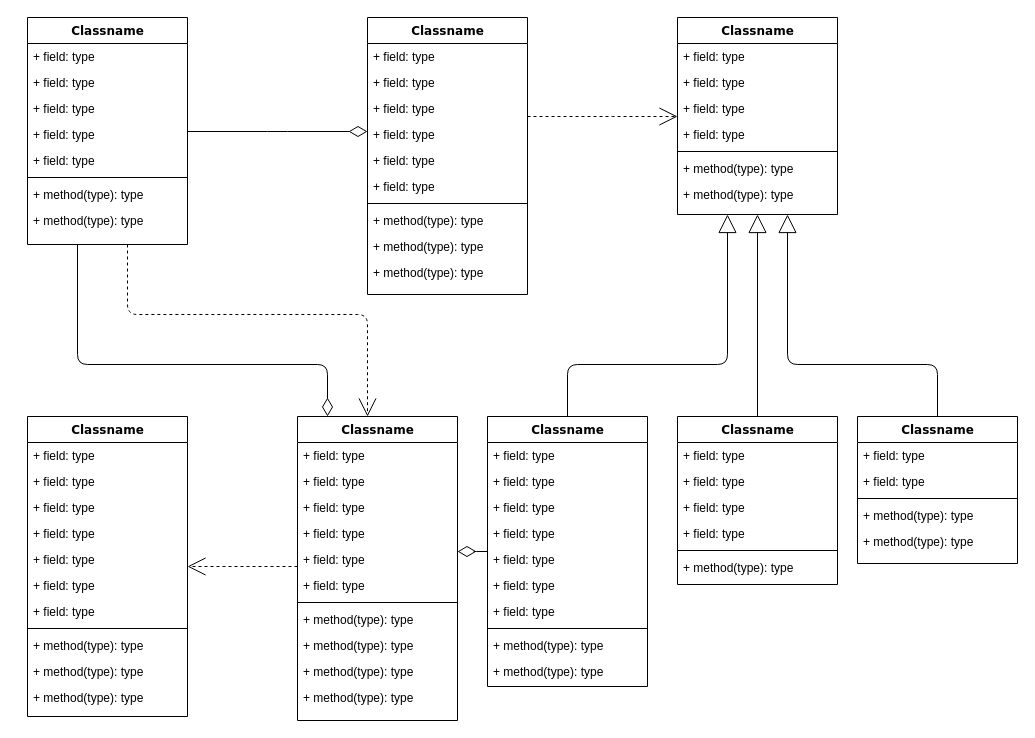
Before: Class_Diagram_for_hotel_management.drawio in Ojaswin30/Software_engineering_lab_project, a draw.io diagram. Source tidied: cells renumbered, new cells numbered last; positions are measured from the earlier drawing's top-left corner, leaving out a move shared by most shapes. Both pictures are drawn from the tidied source at 100%, with x=0, y=0 at pixel (27, 17).
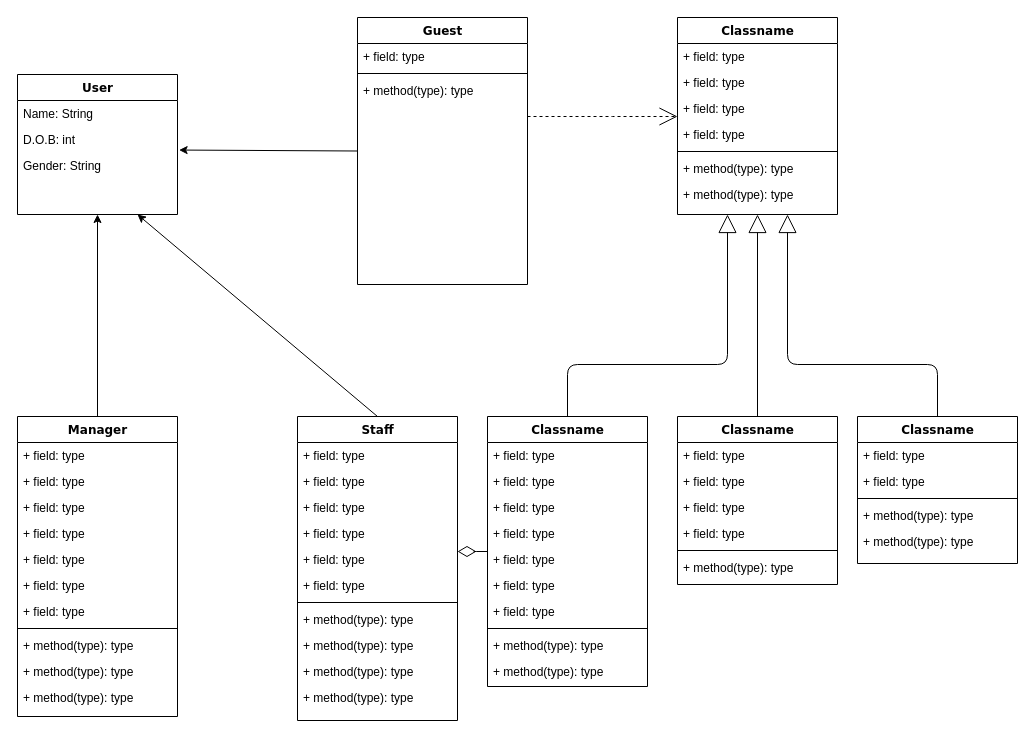
Above is the later version.

What changed in the source:
```diff
@@
-    <mxCell id="2" style="edgeStyle=orthogonalEdgeStyle;html=1;labelBackgroundColor=none;startFill=0;startSize=8;endArrow=open;endFill=0;endSize=16;fontFamily=Verdana;fontSize=12;dashed=1;" parent="1" edge="1" source="4" target="47">
-      <mxGeometry relative="1" as="geometry">
-        <Array as="points">
-          <mxPoint x="100" y="297" />
-          <mxPoint x="340" y="297" />
-        </Array>
-      </mxGeometry>
-    </mxCell>
-    <mxCell id="3" style="edgeStyle=orthogonalEdgeStyle;html=1;labelBackgroundColor=none;startFill=0;startSize=8;endArrow=diamondThin;endFill=0;endSize=16;fontFamily=Verdana;fontSize=12;" parent="1" edge="1" source="4" target="47">
-      <mxGeometry relative="1" as="geometry">
-        <Array as="points">
-          <mxPoint x="50" y="347" />
-          <mxPoint x="300" y="347" />
-        </Array>
-      </mxGeometry>
-    </mxCell>
-    <mxCell id="4" value="Classname" style="swimlane;html=1;fontStyle=1;align=center;verticalAlign=top;horizontal=1;startSize=26;swimlaneFillColor=#ffffff;rounded=0;shadow=0;comic=0;labelBackgroundColor=none;strokeWidth=1;fillColor=none;fontFamily=Verdana;fontSize=12;" parent="1" vertex="1">
-      <mxGeometry width="160" height="227" as="geometry" />
+    <mxCell id="4" value="User" style="swimlane;html=1;fontStyle=1;align=center;verticalAlign=top;horizontal=1;startSize=26;swimlaneFillColor=#ffffff;rounded=0;shadow=0;comic=0;labelBackgroundColor=none;strokeWidth=1;fillColor=none;fontFamily=Verdana;fontSize=12;" parent="1" vertex="1">
+      <mxGeometry x="-10" y="57" width="160" height="140" as="geometry" />
     </mxCell>
-    <mxCell id="5" value="+ field: type" style="text;html=1;strokeColor=none;fillColor=none;align=left;verticalAlign=top;spacingLeft=4;spacingRight=4;whiteSpace=wrap;overflow=hidden;" parent="4" vertex="1">
+    <mxCell id="5" value="Name: String" style="text;html=1;strokeColor=none;fillColor=none;align=left;verticalAlign=top;spacingLeft=4;spacingRight=4;whiteSpace=wrap;overflow=hidden;" parent="4" vertex="1">
       <mxGeometry y="26" width="160" height="26" as="geometry" />
     </mxCell>
-    <mxCell id="6" value="+ field: type" style="text;html=1;strokeColor=none;fillColor=none;align=left;verticalAlign=top;spacingLeft=4;spacingRight=4;whiteSpace=wrap;overflow=hidden;" parent="4" vertex="1">
+    <mxCell id="6" value="D.O.B: int" style="text;html=1;strokeColor=none;fillColor=none;align=left;verticalAlign=top;spacingLeft=4;spacingRight=4;whiteSpace=wrap;overflow=hidden;" parent="4" vertex="1">
       <mxGeometry y="52" width="160" height="26" as="geometry" />
     </mxCell>
-    <mxCell id="7" value="+ field: type" style="text;html=1;strokeColor=none;fillColor=none;align=left;verticalAlign=top;spacingLeft=4;spacingRight=4;whiteSpace=wrap;overflow=hidden;" parent="4" vertex="1">
-      <mxGeometry y="78" width="160" height="26" as="geometry" />
-    </mxCell>
-    <mxCell id="8" value="+ field: type" style="text;html=1;strokeColor=none;fillColor=none;align=left;verticalAlign=top;spacingLeft=4;spacingRight=4;whiteSpace=wrap;overflow=hidden;points=[[0,0.5],[1,0.5]];portConstraint=eastwest;" parent="4" vertex="1">
-      <mxGeometry y="104" width="160" height="26" as="geometry" />
+    <mxCell id="8" value="Gender: String" style="text;html=1;strokeColor=none;fillColor=none;align=left;verticalAlign=top;spacingLeft=4;spacingRight=4;whiteSpace=wrap;overflow=hidden;points=[[0,0.5],[1,0.5]];portConstraint=eastwest;" parent="4" vertex="1">
+      <mxGeometry y="78" width="160" height="26" as="geometry" />
     </mxCell>
-    <mxCell id="9" value="+ field: type" style="text;html=1;strokeColor=none;fillColor=none;align=left;verticalAlign=top;spacingLeft=4;spacingRight=4;whiteSpace=wrap;overflow=hidden;" parent="4" vertex="1">
-      <mxGeometry y="130" width="160" height="26" as="geometry" />
-    </mxCell>
-    <mxCell id="10" style="line;html=1;strokeWidth=1;fillColor=none;align=left;verticalAlign=middle;spacingTop=-1;spacingLeft=3;spacingRight=3;labelPosition=right;" parent="4" vertex="1">
-      <mxGeometry y="156" width="160" height="8" as="geometry" />
-    </mxCell>
-    <mxCell id="11" value="+ method(type): type" style="text;html=1;strokeColor=none;fillColor=none;align=left;verticalAlign=top;spacingLeft=4;spacingRight=4;whiteSpace=wrap;overflow=hidden;" parent="4" vertex="1">
-      <mxGeometry y="164" width="160" height="26" as="geometry" />
-    </mxCell>
-    <mxCell id="12" value="+ method(type): type" style="text;html=1;strokeColor=none;fillColor=none;align=left;verticalAlign=top;spacingLeft=4;spacingRight=4;whiteSpace=wrap;overflow=hidden;" parent="4" vertex="1">
-      <mxGeometry y="190" width="160" height="26" as="geometry" />
-    </mxCell>
@@
-    <mxCell id="14" value="Classname" style="swimlane;html=1;fontStyle=1;align=center;verticalAlign=top;horizontal=1;startSize=26;swimlaneFillColor=#ffffff;rounded=0;shadow=0;comic=0;labelBackgroundColor=none;strokeWidth=1;fillColor=none;fontFamily=Verdana;fontSize=12;" parent="1" vertex="1">
-      <mxGeometry x="340" width="160" height="277" as="geometry" />
+    <mxCell id="14" value="Guest" style="swimlane;html=1;fontStyle=1;align=center;verticalAlign=top;horizontal=1;startSize=26;swimlaneFillColor=#ffffff;rounded=0;shadow=0;comic=0;labelBackgroundColor=none;strokeWidth=1;fillColor=none;fontFamily=Verdana;fontSize=12;" parent="1" vertex="1">
+      <mxGeometry x="330" width="170" height="267" as="geometry" />
     </mxCell>
     <mxCell id="15" value="+ field: type" style="text;html=1;strokeColor=none;fillColor=none;align=left;verticalAlign=top;spacingLeft=4;spacingRight=4;whiteSpace=wrap;overflow=hidden;" parent="14" vertex="1">
-      <mxGeometry y="26" width="160" height="26" as="geometry" />
+      <mxGeometry y="26" width="170" height="26" as="geometry" />
     </mxCell>
-    <mxCell id="16" value="+ field: type" style="text;html=1;strokeColor=none;fillColor=none;align=left;verticalAlign=top;spacingLeft=4;spacingRight=4;whiteSpace=wrap;overflow=hidden;" parent="14" vertex="1">
-      <mxGeometry y="52" width="160" height="26" as="geometry" />
-    </mxCell>
-    <mxCell id="17" value="+ field: type" style="text;html=1;strokeColor=none;fillColor=none;align=left;verticalAlign=top;spacingLeft=4;spacingRight=4;whiteSpace=wrap;overflow=hidden;" parent="14" vertex="1">
-      <mxGeometry y="78" width="160" height="26" as="geometry" />
-    </mxCell>
-    <mxCell id="18" value="+ field: type" style="text;html=1;strokeColor=none;fillColor=none;align=left;verticalAlign=top;spacingLeft=4;spacingRight=4;whiteSpace=wrap;overflow=hidden;" parent="14" vertex="1">
-      <mxGeometry y="104" width="160" height="26" as="geometry" />
-    </mxCell>
-    <mxCell id="19" value="+ field: type" style="text;html=1;strokeColor=none;fillColor=none;align=left;verticalAlign=top;spacingLeft=4;spacingRight=4;whiteSpace=wrap;overflow=hidden;" parent="14" vertex="1">
-      <mxGeometry y="130" width="160" height="26" as="geometry" />
-    </mxCell>
-    <mxCell id="20" value="+ field: type" style="text;html=1;strokeColor=none;fillColor=none;align=left;verticalAlign=top;spacingLeft=4;spacingRight=4;whiteSpace=wrap;overflow=hidden;" parent="14" vertex="1">
-      <mxGeometry y="156" width="160" height="26" as="geometry" />
-    </mxCell>
     <mxCell id="21" style="line;html=1;strokeWidth=1;fillColor=none;align=left;verticalAlign=middle;spacingTop=-1;spacingLeft=3;spacingRight=3;labelPosition=right;" parent="14" vertex="1">
-      <mxGeometry y="182" width="160" height="8" as="geometry" />
+      <mxGeometry y="52" width="170" height="8" as="geometry" />
     </mxCell>
-    <mxCell id="22" value="+ method(type): type" style="text;html=1;strokeColor=none;fillColor=none;align=left;verticalAlign=top;spacingLeft=4;spacingRight=4;whiteSpace=wrap;overflow=hidden;" parent="14" vertex="1">
-      <mxGeometry y="190" width="160" height="26" as="geometry" />
-    </mxCell>
-    <mxCell id="23" value="+ method(type): type" style="text;html=1;strokeColor=none;fillColor=none;align=left;verticalAlign=top;spacingLeft=4;spacingRight=4;whiteSpace=wrap;overflow=hidden;" parent="14" vertex="1">
-      <mxGeometry y="216" width="160" height="26" as="geometry" />
-    </mxCell>
     <mxCell id="24" value="+ method(type): type" style="text;html=1;strokeColor=none;fillColor=none;align=left;verticalAlign=top;spacingLeft=4;spacingRight=4;whiteSpace=wrap;overflow=hidden;" parent="14" vertex="1">
-      <mxGeometry y="242" width="160" height="26" as="geometry" />
+      <mxGeometry y="60" width="170" height="26" as="geometry" />
     </mxCell>
@@
-    <mxCell id="33" style="edgeStyle=elbowEdgeStyle;html=1;labelBackgroundColor=none;startFill=0;startSize=8;endArrow=open;endFill=0;endSize=16;fontFamily=Verdana;fontSize=12;elbow=vertical;dashed=1;" parent="1" edge="1" source="47" target="34">
-      <mxGeometry relative="1" as="geometry" />
-    </mxCell>
-    <mxCell id="34" value="Classname" style="swimlane;html=1;fontStyle=1;align=center;verticalAlign=top;horizontal=1;startSize=26;swimlaneFillColor=#ffffff;rounded=0;shadow=0;comic=0;labelBackgroundColor=none;strokeWidth=1;fillColor=none;fontFamily=Verdana;fontSize=12;" parent="1" vertex="1">
-      <mxGeometry y="399" width="160" height="300" as="geometry" />
+    <mxCell id="34" value="Manager" style="swimlane;html=1;fontStyle=1;align=center;verticalAlign=top;horizontal=1;startSize=26;swimlaneFillColor=#ffffff;rounded=0;shadow=0;comic=0;labelBackgroundColor=none;strokeWidth=1;fillColor=none;fontFamily=Verdana;fontSize=12;" parent="1" vertex="1">
+      <mxGeometry x="-10" y="399" width="160" height="300" as="geometry" />
     </mxCell>
@@
-    <mxCell id="47" value="Classname" style="swimlane;html=1;fontStyle=1;align=center;verticalAlign=top;horizontal=1;startSize=26;swimlaneFillColor=#ffffff;rounded=0;shadow=0;comic=0;labelBackgroundColor=none;strokeWidth=1;fillColor=none;fontFamily=Verdana;fontSize=12;" parent="1" vertex="1">
+    <mxCell id="47" value="Staff" style="swimlane;html=1;fontStyle=1;align=center;verticalAlign=top;horizontal=1;startSize=26;swimlaneFillColor=#ffffff;rounded=0;shadow=0;comic=0;labelBackgroundColor=none;strokeWidth=1;fillColor=none;fontFamily=Verdana;fontSize=12;" parent="1" vertex="1">
       <mxGeometry x="270" y="399" width="160" height="304" as="geometry" />
     </mxCell>
@@
-    <mxCell id="86" style="edgeStyle=elbowEdgeStyle;html=1;labelBackgroundColor=none;startFill=0;startSize=8;endArrow=diamondThin;endFill=0;endSize=16;fontFamily=Verdana;fontSize=12;elbow=vertical;" parent="1" edge="1" source="4" target="14">
-      <mxGeometry relative="1" as="geometry" />
-    </mxCell>
+    <mxCell id="87" style="endArrow=classic;html=1;rounded=0;entryX=1.01;entryY=-0.094;entryDx=0;entryDy=0;entryPerimeter=0;exitX=0;exitY=0.5;exitDx=0;exitDy=0;" parent="1" edge="1" source="14" target="8">
+      <mxGeometry relative="1" as="geometry" />
+    </mxCell>
+    <mxCell id="88" style="endArrow=classic;html=1;rounded=0;exitX=0.5;exitY=0;exitDx=0;exitDy=0;entryX=0.5;entryY=1;entryDx=0;entryDy=0;" parent="1" edge="1" source="34" target="4">
+      <mxGeometry relative="1" as="geometry" />
+    </mxCell>
+    <mxCell id="89" style="endArrow=classic;html=1;rounded=0;exitX=0.5;exitY=0;exitDx=0;exitDy=0;entryX=0.75;entryY=1;entryDx=0;entryDy=0;" parent="1" edge="1" source="47" target="4">
+      <mxGeometry relative="1" as="geometry" />
+    </mxCell>
```
